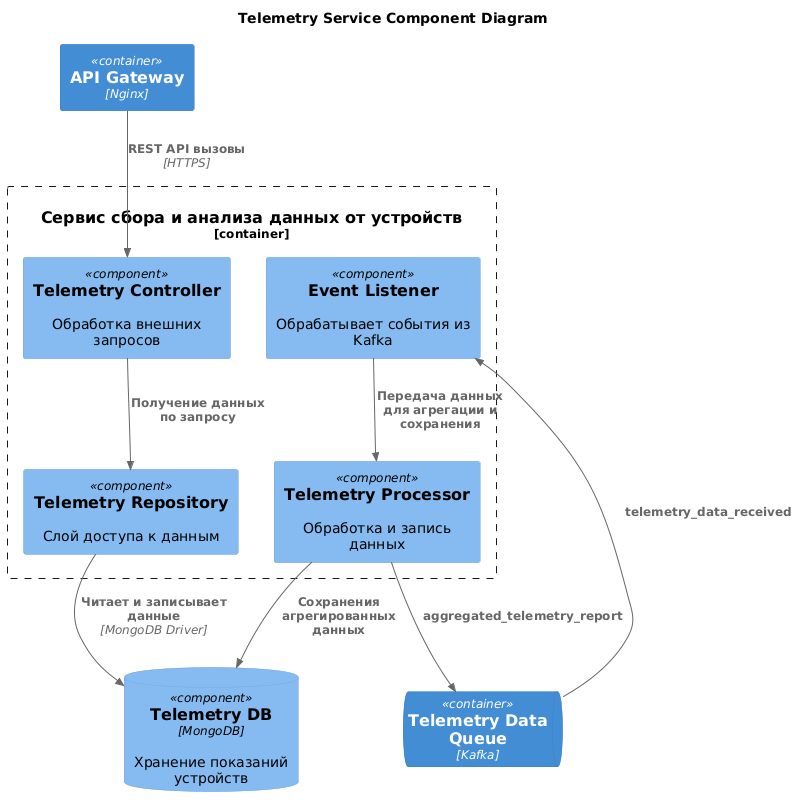
Before: docs/diagrams/component/telemetry-service.png, a diagram exported from PlantUML (ZhurkinAngular/Warmhouse).
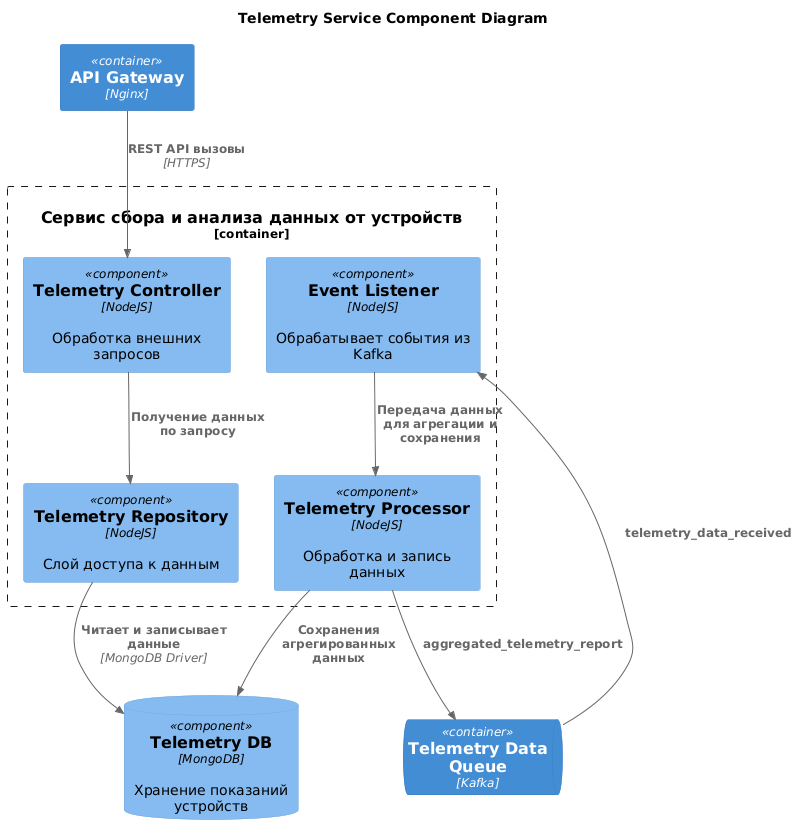
The same diagram one commit later.

What changed in the source:
```diff
@@ -10,10 +10,10 @@
 ContainerQueue(TelemetryDataQueue, "Telemetry Data Queue", "Kafka")
 
 Container_Boundary(TelemetryService, "Сервис сбора и анализа данных от устройств") {
-    Component(TelemetryController, "Telemetry Controller", "", "Обработка внешних запросов")
-    Component(EventListener, "Event Listener", "", "Обрабатывает события из Kafka")
-    Component(TelemetryProcessor, "Telemetry Processor", "", "Обработка и запись данных")
-    Component(TelemetryRepository, "Telemetry Repository", "", "Слой доступа к данным")
+    Component(TelemetryController, "Telemetry Controller", "NodeJS", "Обработка внешних запросов")
+    Component(EventListener, "Event Listener", "NodeJS", "Обрабатывает события из Kafka")
+    Component(TelemetryProcessor, "Telemetry Processor", "NodeJS", "Обработка и запись данных")
+    Component(TelemetryRepository, "Telemetry Repository", "NodeJS", "Слой доступа к данным")
 }
 
 Rel(APIGateway, TelemetryController, "REST API вызовы", "HTTPS")
```
